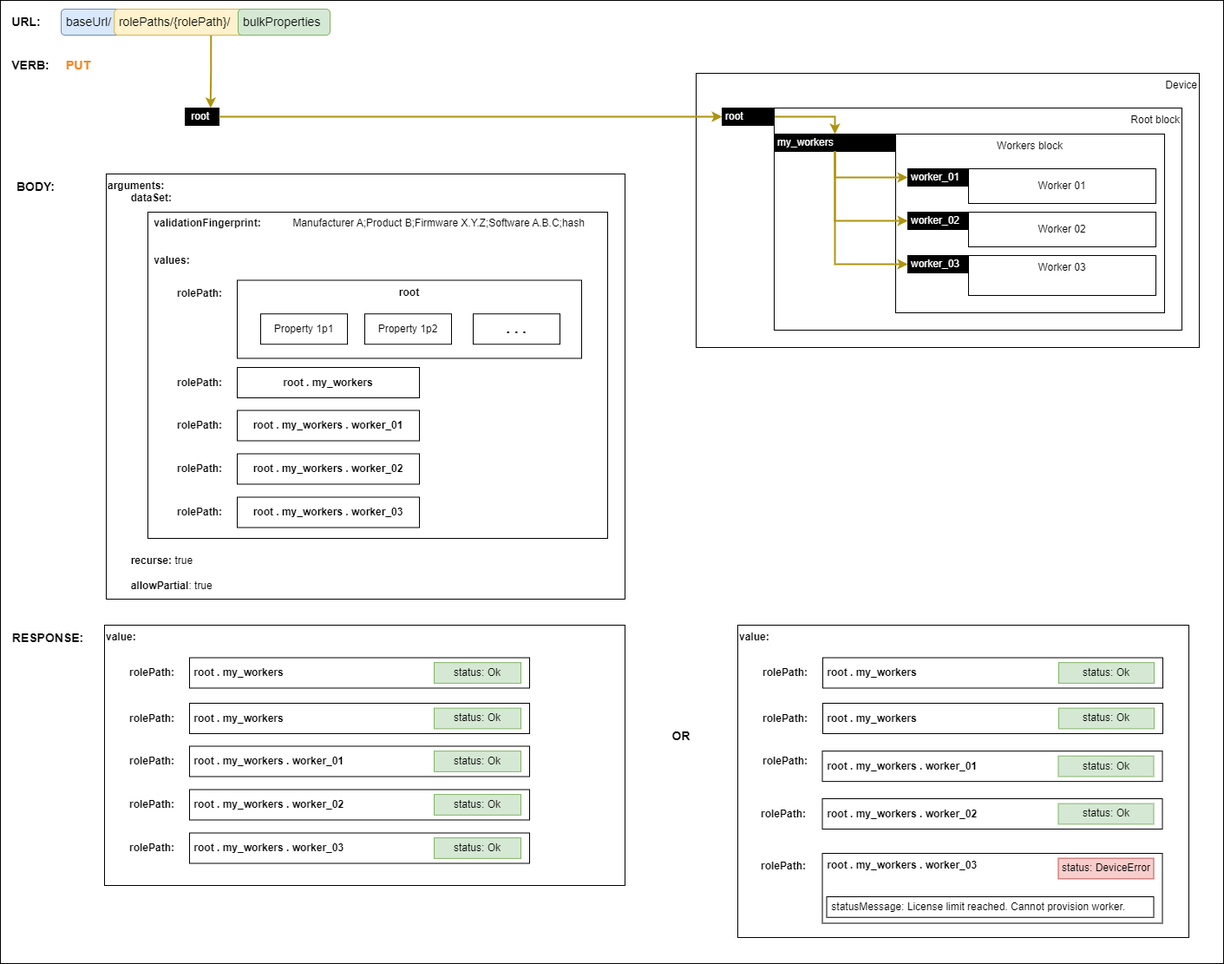
This is docs/images/restoring-full-backup.png from AMWA-TV/is-device-configuration, a draw.io export, as it was before one commit. Source tidied: cells renumbered, new cells last; positions are measured from the earlier drawing's top-left corner, leaving out a move shared by most shapes.
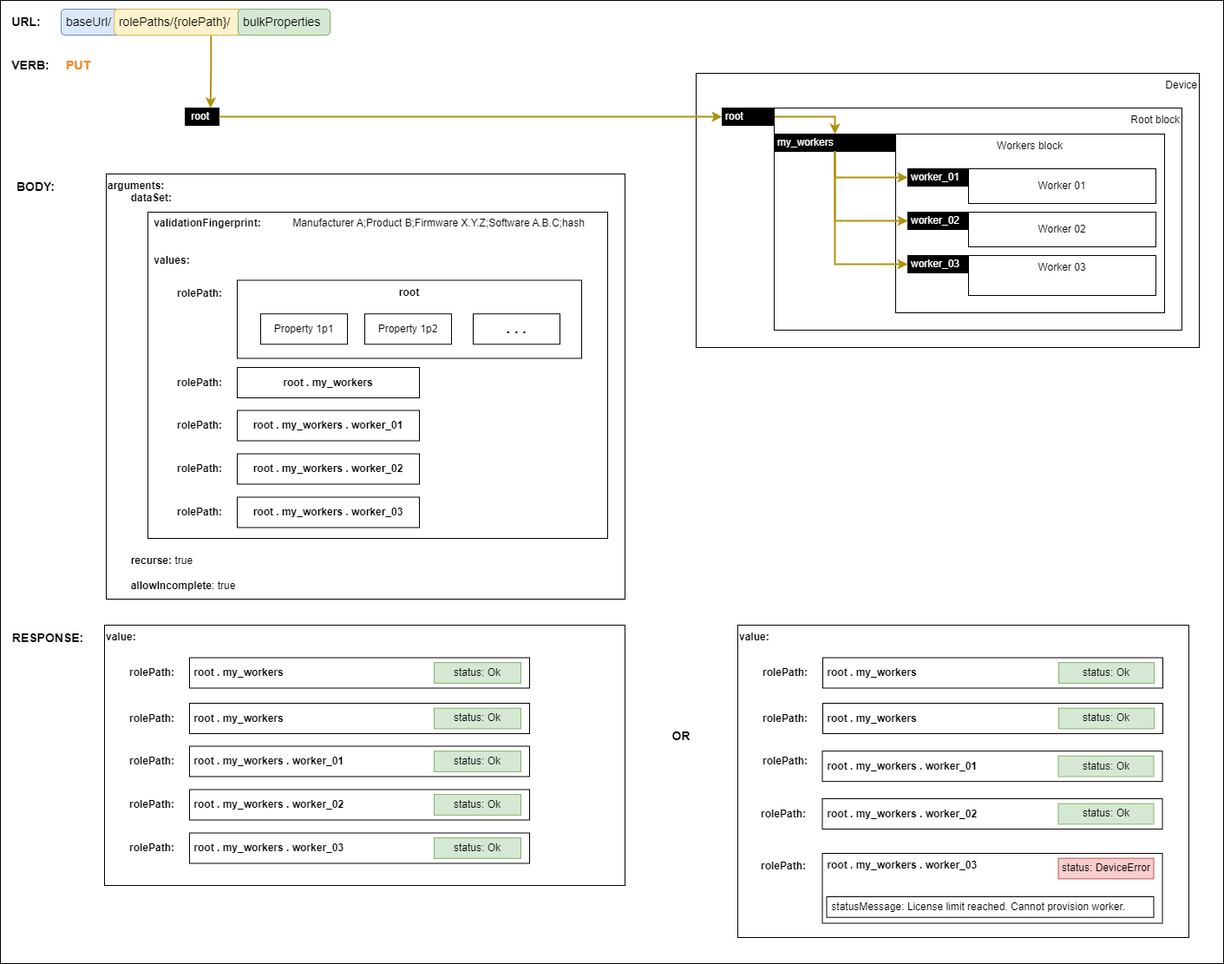
After the change.

Commit message:
Change "allowPartial" to "allowIncomplete"

What changed in the source:
```diff
@@ -5,7 +5,7 @@
     <mxCell id="2" style="rounded=0;whiteSpace=wrap;html=1;" parent="1" vertex="1">
       <mxGeometry width="1410" height="1110" as="geometry" />
     </mxCell>
-    <mxCell id="3" value="&lt;div&gt;&lt;b&gt;arguments:&lt;/b&gt;&lt;/div&gt;&lt;div&gt;&lt;b&gt;&lt;span style=&quot;white-space: pre;&quot;&gt;&#9;&lt;/span&gt;dataSet:&lt;br&gt;&lt;/b&gt;&lt;/div&gt;&lt;div&gt;&lt;br&gt;&lt;/div&gt;&lt;div&gt;&lt;b&gt;&lt;span style=&quot;white-space: pre;&quot;&gt;&lt;span style=&quot;white-space: pre;&quot;&gt;&#9;&lt;/span&gt;&#9;&lt;/span&gt;validationFingerprint:&lt;/b&gt; &lt;span style=&quot;white-space: pre;&quot;&gt;&#9;&lt;/span&gt;&lt;span style=&quot;white-space: pre;&quot;&gt;&#9;&lt;/span&gt;Manufacturer A;Product B;Firmware X.Y.Z;Software A.B.C;hash&lt;br&gt;&lt;/div&gt;&lt;div&gt;&lt;br&gt;&lt;/div&gt;&lt;div&gt;&lt;br&gt;&lt;/div&gt;&lt;b&gt;&lt;span style=&quot;white-space: pre;&quot;&gt;&#9;&lt;span style=&quot;white-space: pre;&quot;&gt;&#9;&lt;/span&gt;&lt;/span&gt;values:&lt;/b&gt;&lt;div&gt;&lt;b&gt;&lt;br&gt;&lt;/b&gt;&lt;/div&gt;&lt;div&gt;&lt;b&gt;&lt;br&gt;&lt;/b&gt;&lt;/div&gt;&lt;div&gt;&lt;b&gt;&lt;br&gt;&lt;/b&gt;&lt;/div&gt;&lt;div&gt;&lt;b&gt;&lt;br&gt;&lt;/b&gt;&lt;/div&gt;&lt;div&gt;&lt;b&gt;&lt;br&gt;&lt;/b&gt;&lt;/div&gt;&lt;div&gt;&lt;b&gt;&lt;br&gt;&lt;/b&gt;&lt;/div&gt;&lt;div&gt;&lt;b&gt;&lt;br&gt;&lt;/b&gt;&lt;/div&gt;&lt;div&gt;&lt;b&gt;&lt;br&gt;&lt;/b&gt;&lt;/div&gt;&lt;div&gt;&lt;b&gt;&lt;br&gt;&lt;/b&gt;&lt;/div&gt;&lt;div&gt;&lt;b&gt;&lt;br&gt;&lt;/b&gt;&lt;/div&gt;&lt;div&gt;&lt;b&gt;&lt;br&gt;&lt;/b&gt;&lt;/div&gt;&lt;div&gt;&lt;b&gt;&lt;br&gt;&lt;/b&gt;&lt;/div&gt;&lt;div&gt;&lt;b&gt;&lt;br&gt;&lt;/b&gt;&lt;/div&gt;&lt;div&gt;&lt;b&gt;&lt;br&gt;&lt;/b&gt;&lt;/div&gt;&lt;div&gt;&lt;b&gt;&lt;br&gt;&lt;/b&gt;&lt;/div&gt;&lt;div&gt;&lt;b&gt;&lt;br&gt;&lt;/b&gt;&lt;/div&gt;&lt;div&gt;&lt;b&gt;&lt;br&gt;&lt;/b&gt;&lt;/div&gt;&lt;div&gt;&lt;b&gt;&lt;br&gt;&lt;/b&gt;&lt;/div&gt;&lt;div&gt;&lt;b&gt;&lt;br&gt;&lt;/b&gt;&lt;/div&gt;&lt;div&gt;&lt;b&gt;&lt;br&gt;&lt;/b&gt;&lt;/div&gt;&lt;div&gt;&lt;b&gt;&lt;br&gt;&lt;/b&gt;&lt;/div&gt;&lt;div&gt;&lt;b&gt;&lt;br&gt;&lt;/b&gt;&lt;/div&gt;&lt;div&gt;&lt;b&gt;&lt;br&gt;&lt;/b&gt;&lt;/div&gt;&lt;div&gt;&lt;b&gt;&lt;span style=&quot;white-space: pre;&quot;&gt;&#9;&lt;/span&gt;recurse:&lt;/b&gt; true&lt;br&gt;&lt;/div&gt;&lt;div&gt;&lt;br&gt;&lt;/div&gt;&lt;div&gt;&lt;span style=&quot;white-space: pre;&quot;&gt;&#9;&lt;/span&gt;&lt;b&gt;allowPartial&lt;/b&gt;: true&lt;br&gt;&lt;/div&gt;" style="rounded=0;whiteSpace=wrap;html=1;align=left;verticalAlign=top;" parent="1" vertex="1">
+    <mxCell id="3" value="&lt;div&gt;&lt;b&gt;arguments:&lt;/b&gt;&lt;/div&gt;&lt;div&gt;&lt;b&gt;&lt;span style=&quot;white-space: pre;&quot;&gt;&#9;&lt;/span&gt;dataSet:&lt;br&gt;&lt;/b&gt;&lt;/div&gt;&lt;div&gt;&lt;br&gt;&lt;/div&gt;&lt;div&gt;&lt;b&gt;&lt;span style=&quot;white-space: pre;&quot;&gt;&lt;span style=&quot;white-space: pre;&quot;&gt;&#9;&lt;/span&gt;&#9;&lt;/span&gt;validationFingerprint:&lt;/b&gt; &lt;span style=&quot;white-space: pre;&quot;&gt;&#9;&lt;/span&gt;&lt;span style=&quot;white-space: pre;&quot;&gt;&#9;&lt;/span&gt;Manufacturer A;Product B;Firmware X.Y.Z;Software A.B.C;hash&lt;br&gt;&lt;/div&gt;&lt;div&gt;&lt;br&gt;&lt;/div&gt;&lt;div&gt;&lt;br&gt;&lt;/div&gt;&lt;b&gt;&lt;span style=&quot;white-space: pre;&quot;&gt;&#9;&lt;span style=&quot;white-space: pre;&quot;&gt;&#9;&lt;/span&gt;&lt;/span&gt;values:&lt;/b&gt;&lt;div&gt;&lt;b&gt;&lt;br&gt;&lt;/b&gt;&lt;/div&gt;&lt;div&gt;&lt;b&gt;&lt;br&gt;&lt;/b&gt;&lt;/div&gt;&lt;div&gt;&lt;b&gt;&lt;br&gt;&lt;/b&gt;&lt;/div&gt;&lt;div&gt;&lt;b&gt;&lt;br&gt;&lt;/b&gt;&lt;/div&gt;&lt;div&gt;&lt;b&gt;&lt;br&gt;&lt;/b&gt;&lt;/div&gt;&lt;div&gt;&lt;b&gt;&lt;br&gt;&lt;/b&gt;&lt;/div&gt;&lt;div&gt;&lt;b&gt;&lt;br&gt;&lt;/b&gt;&lt;/div&gt;&lt;div&gt;&lt;b&gt;&lt;br&gt;&lt;/b&gt;&lt;/div&gt;&lt;div&gt;&lt;b&gt;&lt;br&gt;&lt;/b&gt;&lt;/div&gt;&lt;div&gt;&lt;b&gt;&lt;br&gt;&lt;/b&gt;&lt;/div&gt;&lt;div&gt;&lt;b&gt;&lt;br&gt;&lt;/b&gt;&lt;/div&gt;&lt;div&gt;&lt;b&gt;&lt;br&gt;&lt;/b&gt;&lt;/div&gt;&lt;div&gt;&lt;b&gt;&lt;br&gt;&lt;/b&gt;&lt;/div&gt;&lt;div&gt;&lt;b&gt;&lt;br&gt;&lt;/b&gt;&lt;/div&gt;&lt;div&gt;&lt;b&gt;&lt;br&gt;&lt;/b&gt;&lt;/div&gt;&lt;div&gt;&lt;b&gt;&lt;br&gt;&lt;/b&gt;&lt;/div&gt;&lt;div&gt;&lt;b&gt;&lt;br&gt;&lt;/b&gt;&lt;/div&gt;&lt;div&gt;&lt;b&gt;&lt;br&gt;&lt;/b&gt;&lt;/div&gt;&lt;div&gt;&lt;b&gt;&lt;br&gt;&lt;/b&gt;&lt;/div&gt;&lt;div&gt;&lt;b&gt;&lt;br&gt;&lt;/b&gt;&lt;/div&gt;&lt;div&gt;&lt;b&gt;&lt;br&gt;&lt;/b&gt;&lt;/div&gt;&lt;div&gt;&lt;b&gt;&lt;br&gt;&lt;/b&gt;&lt;/div&gt;&lt;div&gt;&lt;b&gt;&lt;br&gt;&lt;/b&gt;&lt;/div&gt;&lt;div&gt;&lt;b&gt;&lt;span style=&quot;white-space: pre;&quot;&gt;&#9;&lt;/span&gt;recurse:&lt;/b&gt; true&lt;br&gt;&lt;/div&gt;&lt;div&gt;&lt;br&gt;&lt;/div&gt;&lt;div&gt;&lt;span style=&quot;white-space: pre;&quot;&gt;&#9;&lt;/span&gt;&lt;b&gt;allowIncomplete&lt;/b&gt;: true&lt;br&gt;&lt;/div&gt;" style="rounded=0;whiteSpace=wrap;html=1;align=left;verticalAlign=top;" parent="1" vertex="1">
       <mxGeometry x="122" y="200" width="598" height="490" as="geometry" />
     </mxCell>
     <mxCell id="4" style="rounded=0;whiteSpace=wrap;html=1;fillColor=none;fontStyle=0;" parent="1" vertex="1">
```
